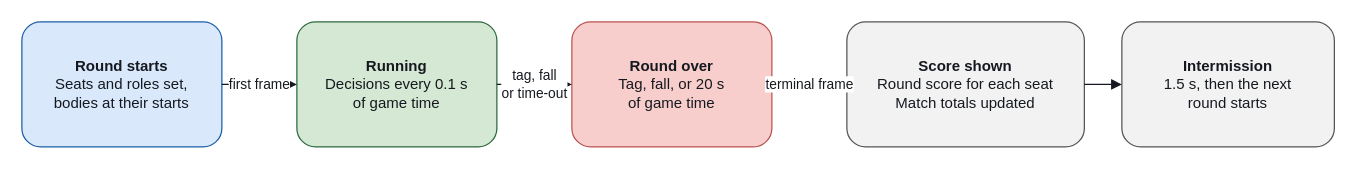
This is docs/diagrams/round-lifecycle.drawio from kushagrathisside/chasetag-arena, a draw.io file, before an edit. Source tidied: cells renumbered, new cells numbered last; positions are measured from the earlier drawing's top-left corner, leaving out a move shared by most shapes. Both pictures are drawn from the tidied source at 125%, with x=0, y=0 at pixel (21, 21).
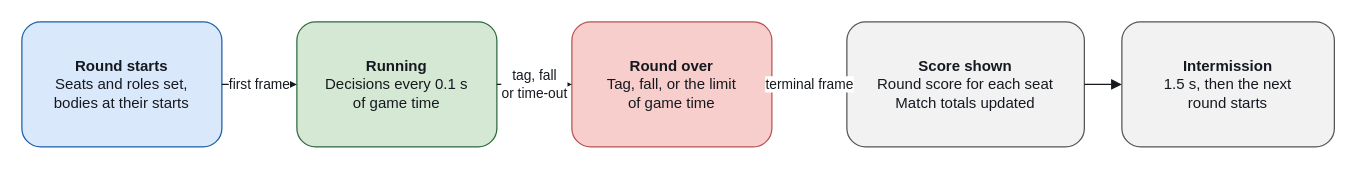
Above is the later version.

What changed in the source:
```diff
@@
 <mxGraphModel>
   <root>
     <mxCell id="0" />
     <mxCell id="1" parent="0" />
     <mxCell id="2" value="&lt;b&gt;Round starts&lt;/b&gt;&lt;br&gt;Seats and roles set,&lt;br&gt;bodies at their starts" style="rounded=1;whiteSpace=wrap;html=1;fontSize=12;fontColor=#15191f;fillColor=#dae8fc;strokeColor=#1d5fa8;" parent="1" vertex="1">
       <mxGeometry width="160" height="100" as="geometry" />
     </mxCell>
     <mxCell id="3" value="&lt;b&gt;Running&lt;/b&gt;&lt;br&gt;Decisions every 0.1 s&lt;br&gt;of game time" style="rounded=1;whiteSpace=wrap;html=1;fontSize=12;fontColor=#15191f;fillColor=#d5e8d4;strokeColor=#2d6a3e;" parent="1" vertex="1">
       <mxGeometry x="220" width="160" height="100" as="geometry" />
     </mxCell>
-    <mxCell id="4" value="&lt;b&gt;Round over&lt;/b&gt;&lt;br&gt;Tag, fall, or 20 s&lt;br&gt;of game time" style="rounded=1;whiteSpace=wrap;html=1;fontSize=12;fontColor=#15191f;fillColor=#f8cecc;strokeColor=#b85450;" parent="1" vertex="1">
+    <mxCell id="4" value="&lt;b&gt;Round over&lt;/b&gt;&lt;br&gt;Tag, fall, or the limit&lt;br&gt;of game time" style="rounded=1;whiteSpace=wrap;html=1;fontSize=12;fontColor=#15191f;fillColor=#f8cecc;strokeColor=#b85450;" parent="1" vertex="1">
       <mxGeometry x="440" width="160" height="100" as="geometry" />
     </mxCell>
     <mxCell id="5" value="&lt;b&gt;Score shown&lt;/b&gt;&lt;br&gt;Round score for each seat&lt;br&gt;Match totals updated" style="rounded=1;whiteSpace=wrap;html=1;fontSize=12;fontColor=#15191f;fillColor=#f2f2f2;strokeColor=#555555;" parent="1" vertex="1">
       <mxGeometry x="660" width="190" height="100" as="geometry" />
     </mxCell>
     <mxCell id="6" value="&lt;b&gt;Intermission&lt;/b&gt;&lt;br&gt;1.5 s, then the next&lt;br&gt;round starts" style="rounded=1;whiteSpace=wrap;html=1;fontSize=12;fontColor=#15191f;fillColor=#f2f2f2;strokeColor=#555555;" parent="1" vertex="1">
       <mxGeometry x="880" width="170" height="100" as="geometry" />
     </mxCell>
     <mxCell id="7" value="first frame" style="edgeStyle=orthogonalEdgeStyle;rounded=1;html=1;endArrow=block;endFill=1;fontSize=11;fontColor=#15191f;labelBackgroundColor=#ffffff;strokeColor=#15191f;" parent="1" edge="1" source="2" target="3">
       <mxGeometry relative="1" as="geometry" />
     </mxCell>
     <mxCell id="8" value="tag, fall&lt;br&gt;or time-out" style="edgeStyle=orthogonalEdgeStyle;rounded=1;html=1;endArrow=block;endFill=1;fontSize=11;fontColor=#15191f;labelBackgroundColor=#ffffff;strokeColor=#15191f;" parent="1" edge="1" source="3" target="4">
       <mxGeometry relative="1" as="geometry" />
     </mxCell>
     <mxCell id="9" value="terminal frame" style="edgeStyle=orthogonalEdgeStyle;rounded=1;html=1;endArrow=block;endFill=1;fontSize=11;fontColor=#15191f;labelBackgroundColor=#ffffff;strokeColor=#15191f;" parent="1" edge="1" source="4" target="5">
       <mxGeometry relative="1" as="geometry" />
     </mxCell>
     <mxCell id="10" style="edgeStyle=orthogonalEdgeStyle;rounded=1;html=1;endArrow=block;endFill=1;fontSize=11;fontColor=#15191f;labelBackgroundColor=#ffffff;strokeColor=#15191f;" parent="1" edge="1" source="5" target="6">
       <mxGeometry relative="1" as="geometry" />
     </mxCell>
   </root>
 </mxGraphModel>
```
